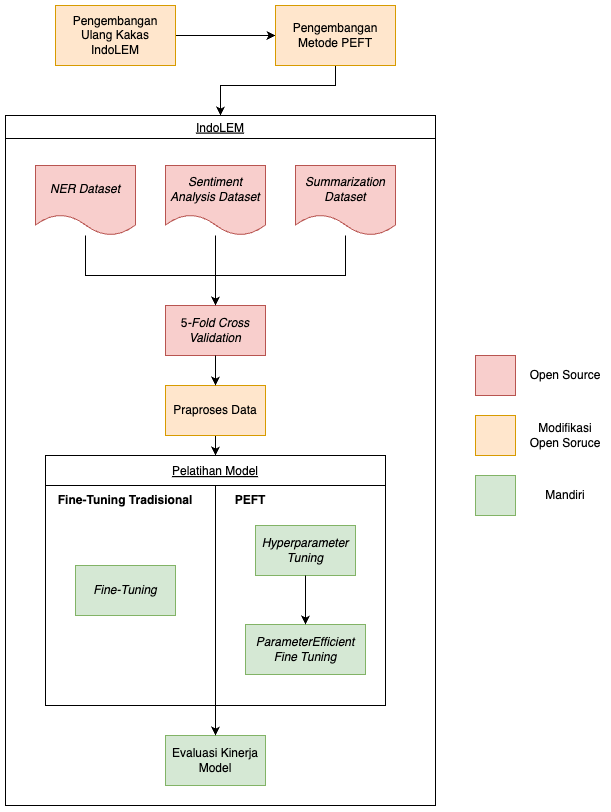
apwic/indolem-peft-thesis keeps this draw.io diagram as src/resources/chapter-3/rancangan_solusi.png. Above is the earlier version. Source tidied: cells renumbered, new cells last; positions are measured from the earlier drawing's top-left corner, leaving out a move shared by most shapes.
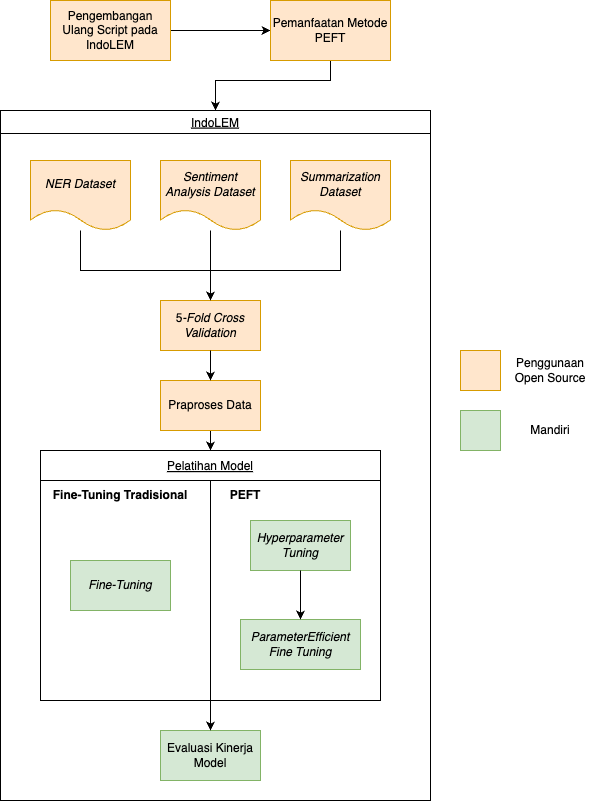
Later version of the same file.

Change to the diagram source:
```diff
@@ -5,13 +5,13 @@
     <mxCell id="2" value="IndoLEM" style="swimlane;fontStyle=4;" parent="1" vertex="1">
       <mxGeometry y="110" width="430" height="690" as="geometry" />
     </mxCell>
-    <mxCell id="3" value="5&lt;i&gt;-Fold Cross Validation&lt;/i&gt;" style="html=1;dashed=0;whiteSpace=wrap;fillColor=#f8cecc;strokeColor=#b85450;" parent="2" vertex="1">
+    <mxCell id="3" value="5&lt;i&gt;-Fold Cross Validation&lt;/i&gt;" style="html=1;dashed=0;whiteSpace=wrap;fillColor=#ffe6cc;strokeColor=#d79b00;" parent="2" vertex="1">
       <mxGeometry x="160" y="190" width="100" height="50" as="geometry" />
     </mxCell>
     <mxCell id="4" style="edgeStyle=orthogonalEdgeStyle;rounded=0;jettySize=auto;html=1;entryX=0;entryY=0.5;entryDx=0;entryDy=0;" parent="1" edge="1" source="5" target="7">
       <mxGeometry relative="1" as="geometry" />
     </mxCell>
-    <mxCell id="5" value="Pengembangan Ulang Kakas IndoLEM" style="rounded=0;whiteSpace=wrap;html=1;fillColor=#ffe6cc;strokeColor=#d79b00;" parent="1" vertex="1">
+    <mxCell id="5" value="Pengembangan Ulang Script pada IndoLEM" style="rounded=0;whiteSpace=wrap;html=1;fillColor=#ffe6cc;strokeColor=#d79b00;" parent="1" vertex="1">
       <mxGeometry x="50" width="120" height="60" as="geometry" />
     </mxCell>
     <mxCell id="6" style="edgeStyle=orthogonalEdgeStyle;rounded=0;jettySize=auto;html=1;exitX=0.5;exitY=1;exitDx=0;exitDy=0;entryX=0.5;entryY=0;entryDx=0;entryDy=0;" parent="1" edge="1" source="7" target="2">
@@ -22,7 +22,7 @@
         </Array>
       </mxGeometry>
     </mxCell>
-    <mxCell id="7" value="Pengembangan Metode PEFT" style="rounded=0;whiteSpace=wrap;html=1;fillColor=#ffe6cc;strokeColor=#d79b00;" parent="1" vertex="1">
+    <mxCell id="7" value="Pemanfaatan Metode PEFT" style="rounded=0;whiteSpace=wrap;html=1;fillColor=#ffe6cc;strokeColor=#d79b00;" parent="1" vertex="1">
       <mxGeometry x="270" width="120" height="60" as="geometry" />
     </mxCell>
     <mxCell id="8" style="edgeStyle=orthogonalEdgeStyle;rounded=0;jettySize=auto;html=1;" parent="1" edge="1" source="9" target="20">
@@ -37,7 +37,7 @@
     <mxCell id="11" style="edgeStyle=orthogonalEdgeStyle;rounded=0;jettySize=auto;html=1;entryX=0.5;entryY=0;entryDx=0;entryDy=0;" parent="1" edge="1" source="12" target="3">
       <mxGeometry relative="1" as="geometry" />
     </mxCell>
-    <mxCell id="12" value="&lt;i&gt;Sentiment Analysis Dataset&lt;/i&gt;" style="shape=document;whiteSpace=wrap;html=1;boundedLbl=1;dashed=0;flipH=1;fillColor=#f8cecc;strokeColor=#b85450;" parent="1" vertex="1">
+    <mxCell id="12" value="&lt;i&gt;Sentiment Analysis Dataset&lt;/i&gt;" style="shape=document;whiteSpace=wrap;html=1;boundedLbl=1;dashed=0;flipH=1;fillColor=#ffe6cc;strokeColor=#d79b00;" parent="1" vertex="1">
       <mxGeometry x="160" y="160" width="100" height="70" as="geometry" />
     </mxCell>
     <mxCell id="13" style="edgeStyle=orthogonalEdgeStyle;rounded=0;jettySize=auto;html=1;" parent="1" edge="1" source="14" target="3">
@@ -48,7 +48,7 @@
         </Array>
       </mxGeometry>
     </mxCell>
-    <mxCell id="14" value="&lt;i&gt;NER Dataset&lt;/i&gt;" style="shape=document;whiteSpace=wrap;html=1;boundedLbl=1;dashed=0;flipH=1;fillColor=#f8cecc;strokeColor=#b85450;" parent="1" vertex="1">
+    <mxCell id="14" value="&lt;i&gt;NER Dataset&lt;/i&gt;" style="shape=document;whiteSpace=wrap;html=1;boundedLbl=1;dashed=0;flipH=1;fillColor=#ffe6cc;strokeColor=#d79b00;" parent="1" vertex="1">
       <mxGeometry x="30" y="160" width="100" height="70" as="geometry" />
     </mxCell>
     <mxCell id="15" style="edgeStyle=orthogonalEdgeStyle;rounded=0;jettySize=auto;html=1;" parent="1" edge="1" source="16" target="3">
@@ -59,7 +59,7 @@
         </Array>
       </mxGeometry>
     </mxCell>
-    <mxCell id="16" value="&lt;i&gt;Summarization Dataset&lt;/i&gt;" style="shape=document;whiteSpace=wrap;html=1;boundedLbl=1;dashed=0;flipH=1;fillColor=#f8cecc;strokeColor=#b85450;" parent="1" vertex="1">
+    <mxCell id="16" value="&lt;i&gt;Summarization Dataset&lt;/i&gt;" style="shape=document;whiteSpace=wrap;html=1;boundedLbl=1;dashed=0;flipH=1;fillColor=#ffe6cc;strokeColor=#d79b00;" parent="1" vertex="1">
       <mxGeometry x="290" y="160" width="100" height="70" as="geometry" />
     </mxCell>
     <mxCell id="17" style="edgeStyle=orthogonalEdgeStyle;rounded=0;jettySize=auto;html=1;" parent="1" edge="1" source="3" target="9">
@@ -93,25 +93,16 @@
       <mxGeometry x="170" y="30" width="70" height="30" as="geometry" />
     </mxCell>
     <mxCell id="27" style="group;" parent="1" vertex="1">
-      <mxGeometry x="470" y="410" width="130" height="40" as="geometry" />
+      <mxGeometry x="460" y="350" width="130" height="40" as="geometry" />
     </mxCell>
     <mxCell id="28" style="rounded=0;whiteSpace=wrap;html=1;fillColor=#ffe6cc;strokeColor=#d79b00;" parent="27" vertex="1">
       <mxGeometry width="40" height="40" as="geometry" />
     </mxCell>
-    <mxCell id="29" value="Modifikasi Open Soruce" style="text;html=1;align=center;verticalAlign=middle;whiteSpace=wrap;rounded=0;" parent="27" vertex="1">
+    <mxCell id="29" value="Penggunaan Open Source" style="text;html=1;align=center;verticalAlign=middle;whiteSpace=wrap;rounded=0;" parent="27" vertex="1">
       <mxGeometry x="50" y="5" width="80" height="30" as="geometry" />
     </mxCell>
-    <mxCell id="30" style="group;" parent="1" vertex="1">
-      <mxGeometry x="470" y="350" width="130" height="40" as="geometry" />
-    </mxCell>
-    <mxCell id="31" style="rounded=0;whiteSpace=wrap;html=1;fillColor=#f8cecc;strokeColor=#b85450;" parent="30" vertex="1">
-      <mxGeometry width="40" height="40" as="geometry" />
-    </mxCell>
-    <mxCell id="32" value="Open Source" style="text;html=1;align=center;verticalAlign=middle;whiteSpace=wrap;rounded=0;" parent="30" vertex="1">
-      <mxGeometry x="50" y="5" width="80" height="30" as="geometry" />
-    </mxCell>
     <mxCell id="33" style="group;" parent="1" vertex="1">
-      <mxGeometry x="470" y="470" width="130" height="40" as="geometry" />
+      <mxGeometry x="460" y="410" width="130" height="40" as="geometry" />
     </mxCell>
     <mxCell id="34" style="rounded=0;whiteSpace=wrap;html=1;fillColor=#d5e8d4;strokeColor=#82b366;" parent="33" vertex="1">
       <mxGeometry width="40" height="40" as="geometry" />
```
